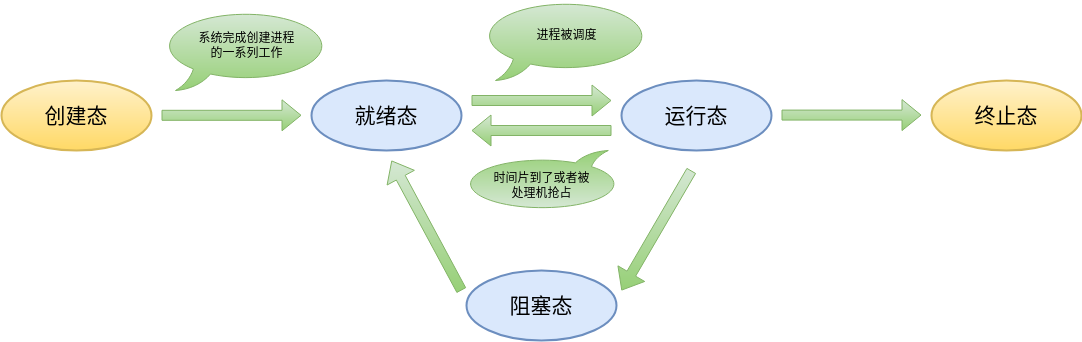
This is processChange.drawio.png from YuMingLiDawn/Linux, a draw.io export, as it was before one commit. Source tidied: cells renumbered, new cells last; positions are measured from the earlier drawing's top-left corner, leaving out a move shared by most shapes.
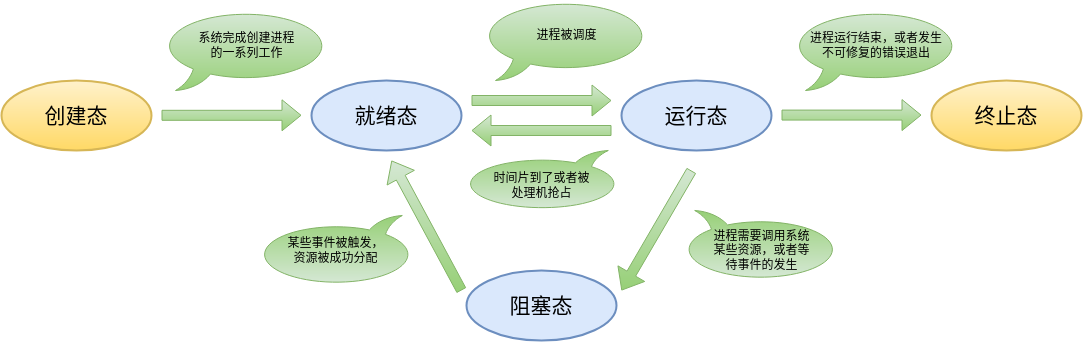
After the change.

What changed in the source:
```diff
@@ -80,5 +80,26 @@
         <mxPoint x="390" y="160" as="targetPoint" />
       </mxGeometry>
     </mxCell>
+    <mxCell id="22" style="whiteSpace=wrap;html=1;shape=mxgraph.basic.oval_callout;direction=west;fillColor=#d5e8d4;gradientColor=#97d077;strokeColor=#82b366;flipH=1;" parent="1" vertex="1">
+      <mxGeometry x="680" y="210" width="160" height="70" as="geometry" />
+    </mxCell>
+    <mxCell id="23" value="进程需要调用系统某些资源，或者等待事件的发生" style="text;html=1;strokeColor=none;fillColor=none;align=center;verticalAlign=middle;whiteSpace=wrap;rounded=0;" parent="1" vertex="1">
+      <mxGeometry x="707.5" y="230" width="105" height="40" as="geometry" />
+    </mxCell>
+    <mxCell id="24" style="whiteSpace=wrap;html=1;shape=mxgraph.basic.oval_callout;direction=west;fillColor=#d5e8d4;gradientColor=#97d077;strokeColor=#82b366;flipH=0;" parent="1" vertex="1">
+      <mxGeometry x="254" y="215" width="160" height="70" as="geometry" />
+    </mxCell>
+    <mxCell id="25" value="某些事件被触发，资源被成功分配" style="text;html=1;strokeColor=none;fillColor=none;align=center;verticalAlign=middle;whiteSpace=wrap;rounded=0;" parent="1" vertex="1">
+      <mxGeometry x="281.5" y="230" width="105" height="40" as="geometry" />
+    </mxCell>
+    <mxCell id="26" style="group;" parent="1" vertex="1">
+      <mxGeometry x="790" y="10" width="190" height="80" as="geometry" />
+    </mxCell>
+    <mxCell id="27" style="whiteSpace=wrap;html=1;shape=mxgraph.basic.oval_callout;fillColor=#d5e8d4;gradientColor=#97d077;strokeColor=#82b366;" parent="26" vertex="1">
+      <mxGeometry width="170" height="80" as="geometry" />
+    </mxCell>
+    <mxCell id="28" value="进程运行结束，或者发生不可修复的错误退出" style="text;html=1;strokeColor=none;fillColor=none;align=center;verticalAlign=middle;whiteSpace=wrap;rounded=0;" parent="26" vertex="1">
+      <mxGeometry x="15" y="15" width="140" height="40" as="geometry" />
+    </mxCell>
   </root>
 </mxGraphModel>
```
